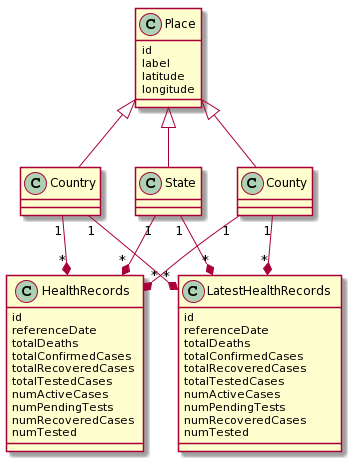
The PlantUML diagram docs/data_model.png in yahoo/covid-19-api, before a commit. Its diagram source:
```plantuml
@startuml
class HealthRecords {
   id
   referenceDate
   totalDeaths
   totalConfirmedCases
   totalRecoveredCases
   totalTestedCases
   numActiveCases
   numPendingTests
   numRecoveredCases
   numTested
}

class LatestHealthRecords {
   id
   referenceDate
   totalDeaths
   totalConfirmedCases
   totalRecoveredCases
   totalTestedCases
   numActiveCases
   numPendingTests
   numRecoveredCases
   numTested
}

class Place {
   id
   label
   latitude
   longitude
}

class County
class State
class Country

Place <|-down- County
Place <|-down- State
Place <|-down- Country
HealthRecords "*" *-up- "1" County
HealthRecords "*" *-up- "1" State
HealthRecords "*" *-up- "1" Country
LatestHealthRecords "*" *-up- "1" County
LatestHealthRecords "*" *-up- "1" State
LatestHealthRecords "*" *-up- "1" Country
@enduml
```
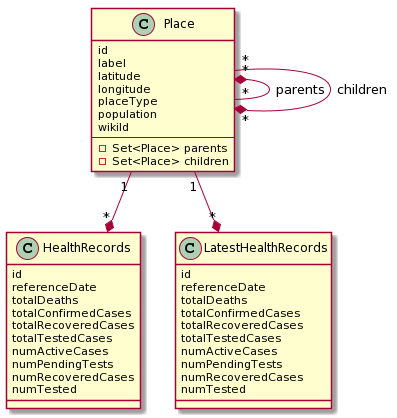
The same diagram one commit later.

Commit message:
Update readme with new model design

The edit, as a diff of the source:
```diff
@@ -30,19 +30,16 @@
    label
    latitude
    longitude
+   placeType
+   population
+   wikiId
+   --
+   -Set<Place> parents
+   -Set<Place> children
 }
 
-class County
-class State
-class Country
-
-Place <|-down- County
-Place <|-down- State
-Place <|-down- Country
-HealthRecords "*" *-up- "1" County
-HealthRecords "*" *-up- "1" State
-HealthRecords "*" *-up- "1" Country
-LatestHealthRecords "*" *-up- "1" County
-LatestHealthRecords "*" *-up- "1" State
-LatestHealthRecords "*" *-up- "1" Country
+Place "*" *-down- "*" Place: parents
+Place "*" *-up- "*" Place: children
+HealthRecords "*" *-up- "1" Place
+LatestHealthRecords "*" *-up- "1" Place
 @enduml
```
